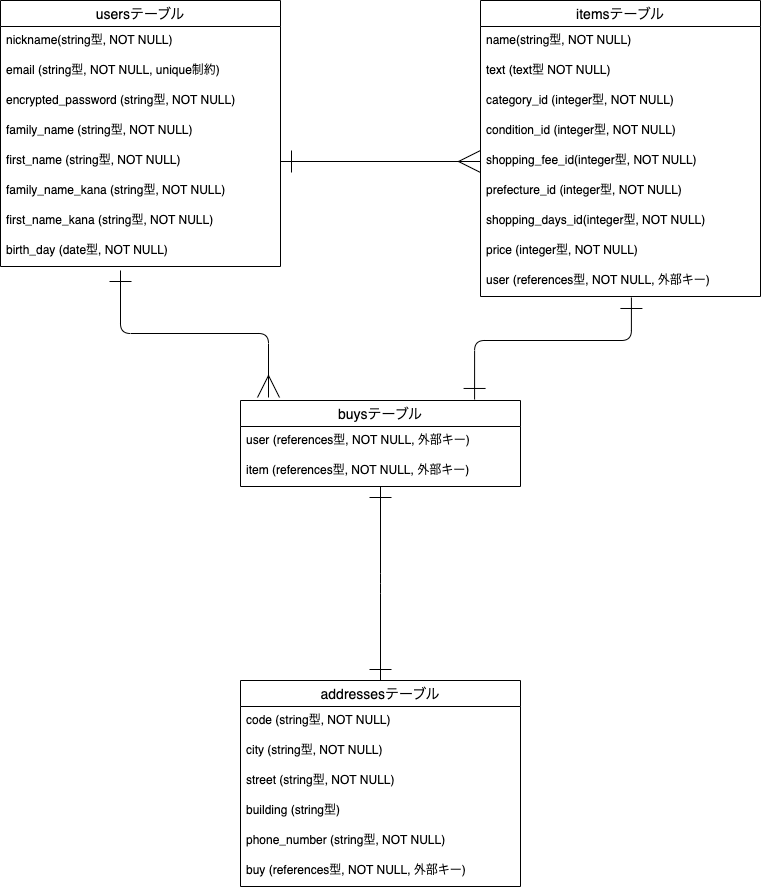
amamyyyyy/furima-40448 keeps this draw.io diagram as furima.png. Above is the earlier version. Source tidied: cells renumbered, new cells last; positions are measured from the earlier drawing's top-left corner, leaving out a move shared by most shapes.
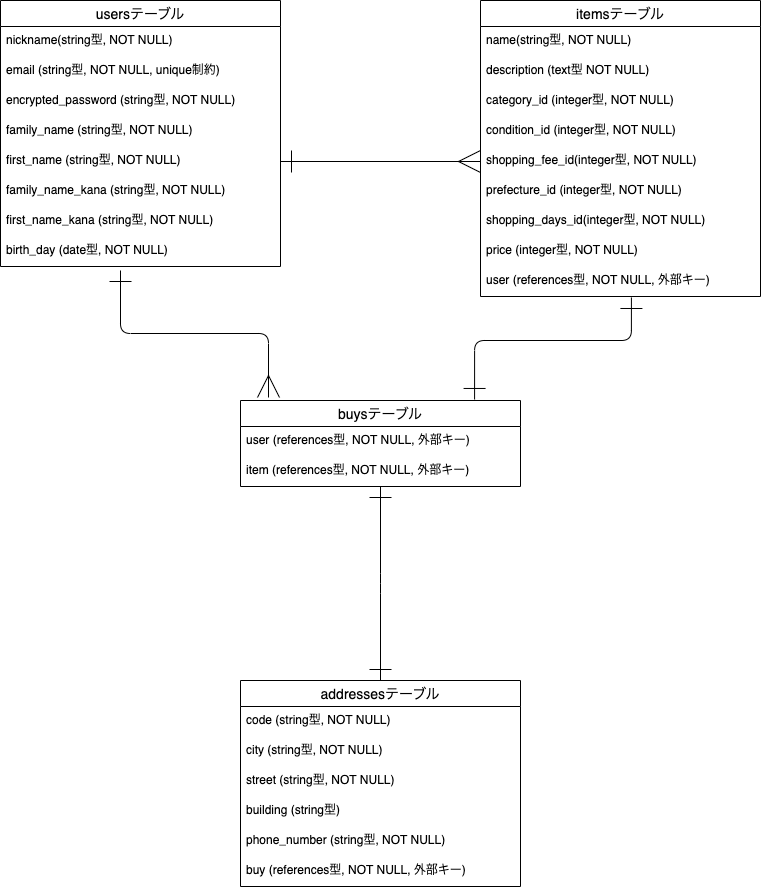
After the commit.

Commit message:
カラム名の修正が完了しました

What changed in the source:
```diff
@@ -65,7 +65,7 @@
     <mxCell id="22" value="name(string型, NOT NULL)" style="text;strokeColor=none;fillColor=none;spacingLeft=4;spacingRight=4;overflow=hidden;fontSize=12;" parent="21" vertex="1">
       <mxGeometry y="26" width="280" height="30" as="geometry" />
     </mxCell>
-    <mxCell id="23" value="text (text型 NOT NULL)" style="text;strokeColor=none;fillColor=none;spacingLeft=4;spacingRight=4;overflow=hidden;fontSize=12;" parent="21" vertex="1">
+    <mxCell id="23" value="description (text型 NOT NULL)" style="text;strokeColor=none;fillColor=none;spacingLeft=4;spacingRight=4;overflow=hidden;fontSize=12;" parent="21" vertex="1">
       <mxGeometry y="56" width="280" height="30" as="geometry" />
     </mxCell>
     <mxCell id="24" value="category_id (integer型, NOT NULL)" style="text;strokeColor=none;fillColor=none;spacingLeft=4;spacingRight=4;overflow=hidden;fontSize=12;" parent="21" vertex="1">
```
